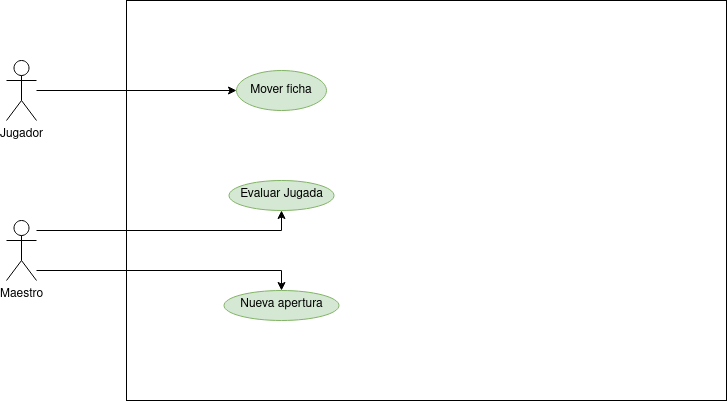
This is Tareas/casosUso/Tarea2/Ajedrez.drawio.png from colidom/ets, a draw.io export, as it was before one commit. Source tidied: cells renumbered, new cells last; positions are measured from the earlier drawing's top-left corner, leaving out a move shared by most shapes.
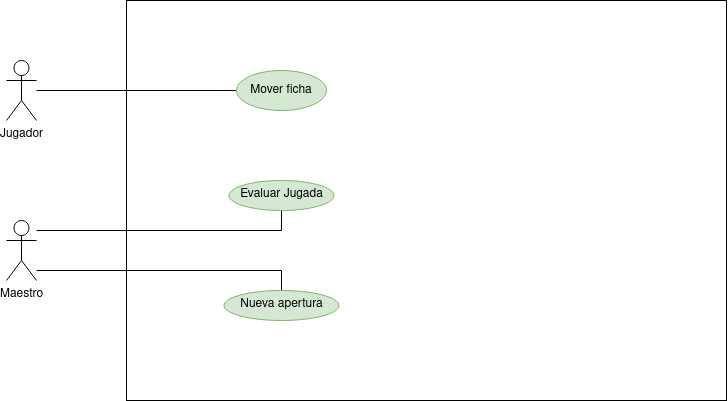
Above is the later version.

Diff of the diagram source:
```diff
@@ -5,7 +5,7 @@
     <mxCell id="2" style="rounded=0;whiteSpace=wrap;html=1;fillColor=none;" parent="1" vertex="1">
       <mxGeometry x="120" width="600" height="400" as="geometry" />
     </mxCell>
-    <mxCell id="3" style="edgeStyle=orthogonalEdgeStyle;rounded=0;jettySize=auto;html=1;" parent="1" edge="1" source="4">
+    <mxCell id="3" style="edgeStyle=orthogonalEdgeStyle;rounded=0;jettySize=auto;html=1;endArrow=none;endFill=0;" parent="1" edge="1" source="4">
       <mxGeometry relative="1" as="geometry">
         <mxPoint x="230" y="90" as="targetPoint" />
       </mxGeometry>
@@ -13,14 +13,14 @@
     <mxCell id="4" value="&lt;div&gt;Jugador&lt;/div&gt;&lt;div&gt;&lt;br&gt;&lt;/div&gt;" style="shape=umlActor;verticalLabelPosition=bottom;verticalAlign=top;html=1;outlineConnect=0;fillColor=none;" parent="1" vertex="1">
       <mxGeometry y="60" width="30" height="60" as="geometry" />
     </mxCell>
-    <mxCell id="5" style="edgeStyle=orthogonalEdgeStyle;rounded=0;jettySize=auto;html=1;" parent="1" edge="1" source="7" target="9">
+    <mxCell id="5" style="edgeStyle=orthogonalEdgeStyle;rounded=0;jettySize=auto;html=1;endArrow=none;endFill=0;" parent="1" edge="1" source="7" target="9">
       <mxGeometry relative="1" as="geometry">
         <Array as="points">
           <mxPoint x="275" y="230" />
         </Array>
       </mxGeometry>
     </mxCell>
-    <mxCell id="6" style="edgeStyle=orthogonalEdgeStyle;rounded=0;jettySize=auto;html=1;" parent="1" edge="1" source="7" target="10">
+    <mxCell id="6" style="edgeStyle=orthogonalEdgeStyle;rounded=0;jettySize=auto;html=1;endArrow=none;endFill=0;" parent="1" edge="1" source="7" target="10">
       <mxGeometry relative="1" as="geometry">
         <Array as="points">
           <mxPoint x="275" y="270" />
```
